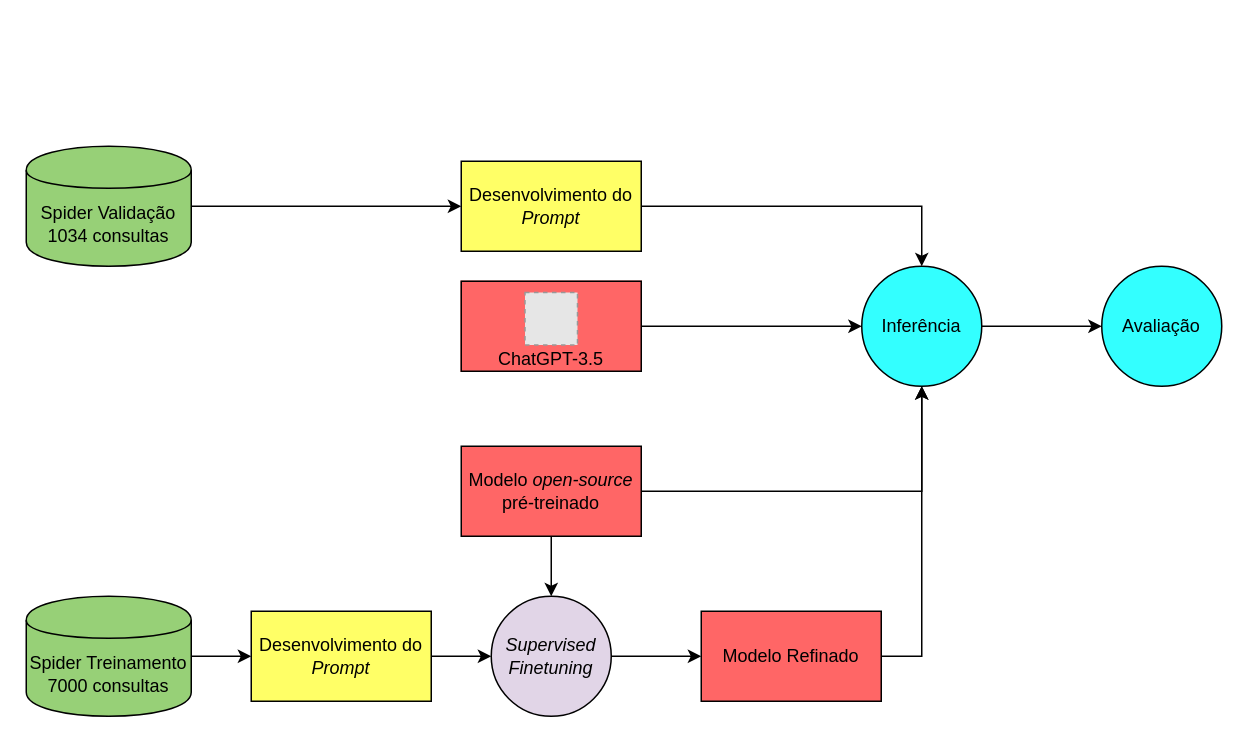
This is Escrita/tcc2.drawio from GabrielOlem/text2sql_tcc, a draw.io file, before an edit. Source tidied: cells renumbered, new cells numbered last; positions are measured from the earlier drawing's top-left corner, leaving out a move shared by most shapes. Both pictures are drawn from the tidied source at 150%, with x=0, y=0 at pixel (26, 146). Pictures stored in the file or linked from it are replaced by grey dashed boxes.
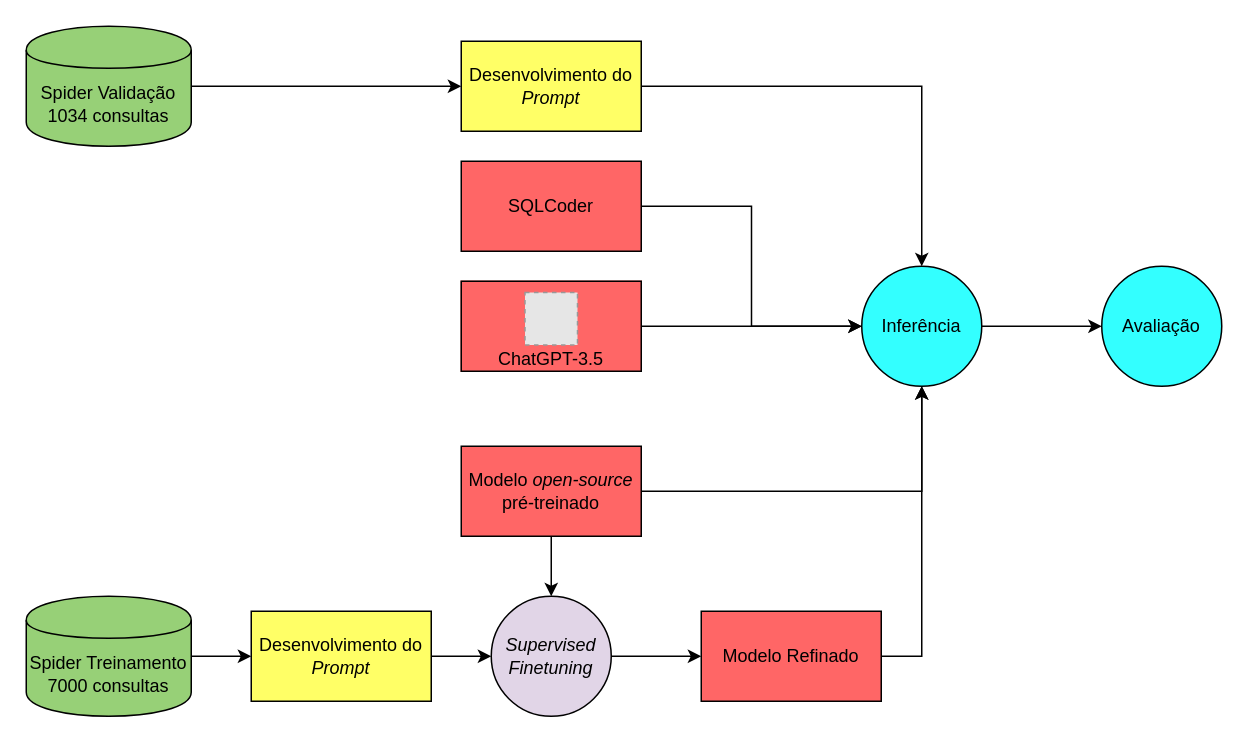
The same page after the edit.

The change refers to these unchanged cells:
```xml
<mxCell id="10" value="Inferência" style="ellipse;whiteSpace=wrap;html=1;fillColor=#33FFFF;" parent="1" vertex="1">
  <mxGeometry x="557" y="80" width="80" height="80" as="geometry" />
</mxCell>
```

Diff of the diagram source:
```diff
@@
     <mxCell id="3" value="Spider Validação&lt;br&gt;1034 consultas" style="shape=cylinder;whiteSpace=wrap;html=1;boundedLbl=1;backgroundOutline=1;fillColor=#97D077;" parent="1" vertex="1">
-      <mxGeometry width="110" height="80" as="geometry" />
+      <mxGeometry y="-80" width="110" height="80" as="geometry" />
     </mxCell>
@@
     <mxCell id="21" value="Desenvolvimento do &lt;i&gt;Prompt&lt;/i&gt;" style="rounded=0;whiteSpace=wrap;html=1;fillColor=#FFFF66;" parent="1" vertex="1">
-      <mxGeometry x="290" y="10" width="120" height="60" as="geometry" />
+      <mxGeometry x="290" y="-70" width="120" height="60" as="geometry" />
     </mxCell>
@@
+    <mxCell id="25" style="edgeStyle=orthogonalEdgeStyle;rounded=0;jettySize=auto;html=1;entryX=0;entryY=0.5;entryDx=0;entryDy=0;" parent="1" edge="1" source="26" target="10">
+      <mxGeometry relative="1" as="geometry" />
+    </mxCell>
+    <mxCell id="26" value="SQLCoder" style="rounded=0;whiteSpace=wrap;html=1;fillColor=#FF6666;" parent="1" vertex="1">
+      <mxGeometry x="290" y="10" width="120" height="60" as="geometry" />
+    </mxCell>
```
